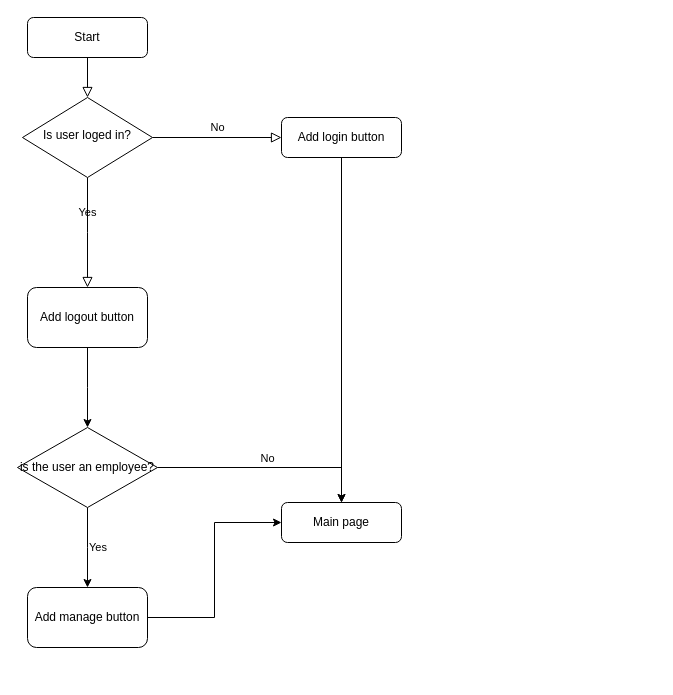
MacKarp/ICE_CREAM_Project keeps this draw.io diagram as draw.io/Application Flow Chart.drawio. Above is the earlier version. Source tidied: cells renumbered, new cells numbered last; positions are measured from the earlier drawing's top-left corner, leaving out a move shared by most shapes. Both pictures are drawn from the tidied source at 100%, with x=0, y=0 at pixel (17, 17).
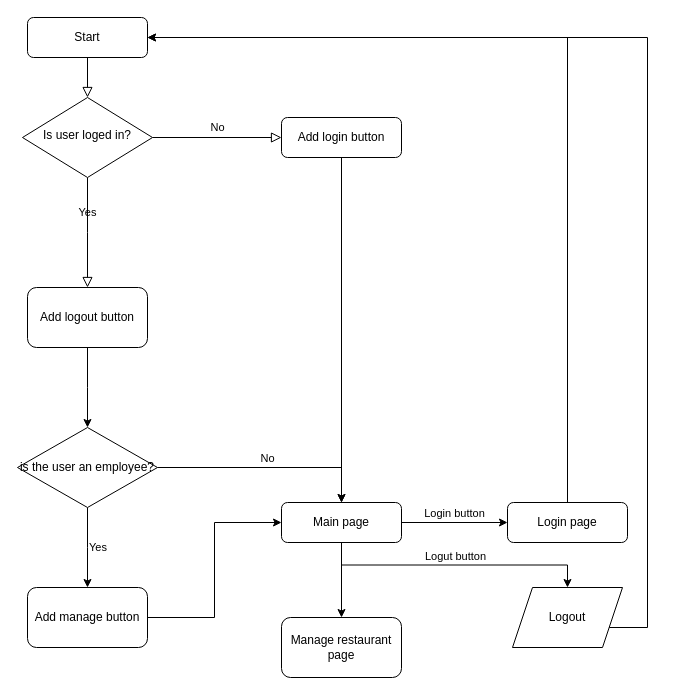
The same page after the edit.

The change refers to these unchanged cells:
```xml
<mxCell id="3" value="Start" style="rounded=1;whiteSpace=wrap;html=1;fontSize=12;glass=0;strokeWidth=1;shadow=0;" parent="1" vertex="1">
  <mxGeometry x="10" width="120" height="40" as="geometry" />
</mxCell>
<mxCell id="14" value="Main page" style="rounded=1;whiteSpace=wrap;html=1;fontSize=12;glass=0;strokeWidth=1;shadow=0;" parent="1" vertex="1">
  <mxGeometry x="264" y="485" width="120" height="40" as="geometry" />
</mxCell>
```

What changed in the source:
```diff
@@
+    <mxCell id="17" value="Login button" style="edgeStyle=orthogonalEdgeStyle;rounded=0;jettySize=auto;html=1;exitX=1;exitY=0.5;exitDx=0;exitDy=0;labelBackgroundColor=none;align=center;verticalAlign=bottom;entryX=0;entryY=0.5;entryDx=0;entryDy=0;" parent="1" edge="1" source="14" target="21">
+      <mxGeometry relative="1" as="geometry" />
+    </mxCell>
+    <mxCell id="18" value="Logut button" style="edgeStyle=orthogonalEdgeStyle;rounded=0;jettySize=auto;html=1;exitX=0.5;exitY=1;exitDx=0;exitDy=0;labelBackgroundColor=none;align=center;verticalAlign=bottom;" parent="1" edge="1" source="14" target="23">
+      <mxGeometry relative="1" as="geometry" />
+    </mxCell>
+    <mxCell id="19" style="edgeStyle=orthogonalEdgeStyle;rounded=0;jettySize=auto;html=1;labelBackgroundColor=none;align=center;verticalAlign=bottom;" parent="1" edge="1" source="14" target="24">
+      <mxGeometry relative="1" as="geometry" />
+    </mxCell>
@@
+    <mxCell id="20" style="edgeStyle=orthogonalEdgeStyle;rounded=0;jettySize=auto;html=1;exitX=0.5;exitY=0;exitDx=0;exitDy=0;entryX=1;entryY=0.5;entryDx=0;entryDy=0;labelBackgroundColor=none;align=center;verticalAlign=bottom;" parent="1" edge="1" source="21" target="3">
+      <mxGeometry relative="1" as="geometry" />
+    </mxCell>
+    <mxCell id="21" value="Login page" style="rounded=1;whiteSpace=wrap;html=1;fontSize=12;glass=0;strokeWidth=1;shadow=0;" parent="1" vertex="1">
+      <mxGeometry x="490" y="485" width="120" height="40" as="geometry" />
+    </mxCell>
+    <mxCell id="22" style="edgeStyle=orthogonalEdgeStyle;rounded=0;jettySize=auto;html=1;labelBackgroundColor=none;align=center;verticalAlign=bottom;entryX=1;entryY=0.5;entryDx=0;entryDy=0;" parent="1" edge="1" source="23" target="3">
+      <mxGeometry relative="1" as="geometry">
+        <Array as="points">
+          <mxPoint x="630" y="610" />
+          <mxPoint x="630" y="20" />
+        </Array>
+      </mxGeometry>
+    </mxCell>
+    <mxCell id="23" value="Logout" style="shape=parallelogram;perimeter=parallelogramPerimeter;whiteSpace=wrap;html=1;fixedSize=1;" parent="1" vertex="1">
+      <mxGeometry x="495" y="570" width="110" height="60" as="geometry" />
+    </mxCell>
+    <mxCell id="24" value="Manage restaurant page" style="rounded=1;whiteSpace=wrap;html=1;" parent="1" vertex="1">
+      <mxGeometry x="264" y="600" width="120" height="60" as="geometry" />
+    </mxCell>
```
